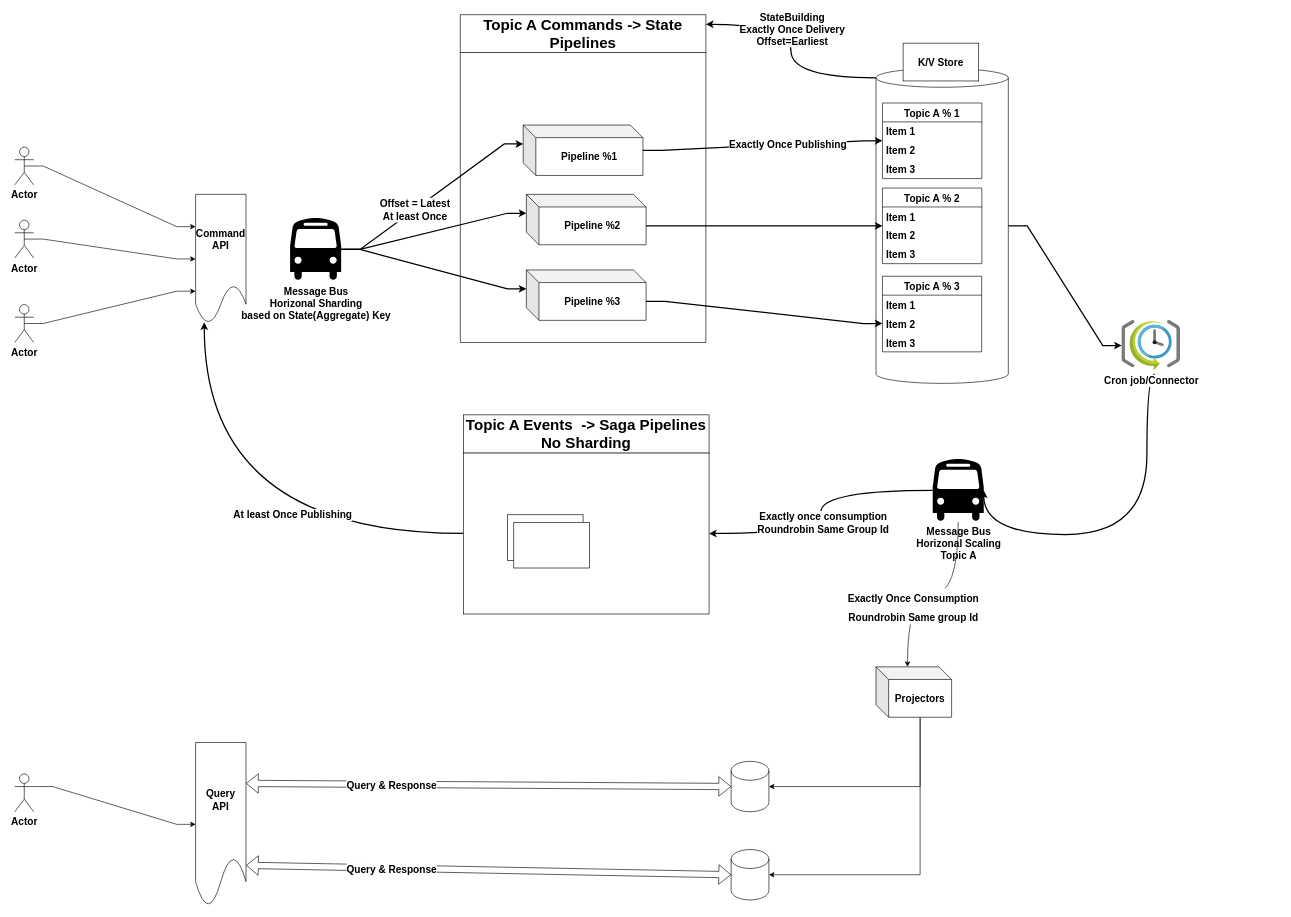
This is docs/InMemoryES.drawio from memoria-io/archived-reactive, a draw.io file, before an edit. Source tidied: cells renumbered, new cells numbered last; positions are measured from the earlier drawing's top-left corner, leaving out a move shared by most shapes. Both pictures are drawn from the tidied source at 63%, with x=0, y=0 at pixel (14, 14).
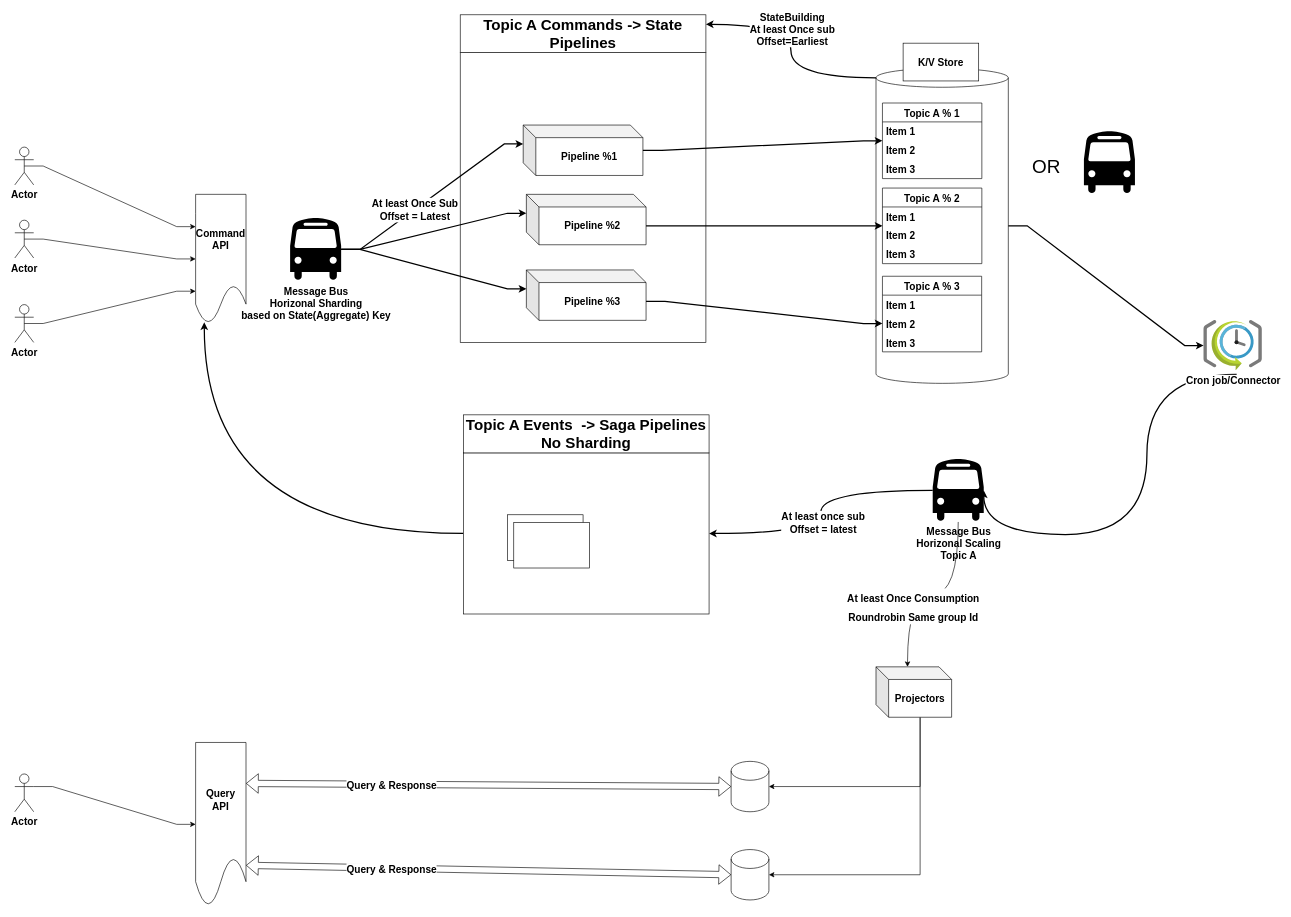
The same diagram, later.

The change refers to these unchanged cells:
```xml
<mxCell id="2" style="edgeStyle=orthogonalEdgeStyle;rounded=0;jettySize=auto;html=1;entryX=0;entryY=0;entryDx=50;entryDy=0;entryPerimeter=0;fontSize=16;curved=1;fontStyle=1;" parent="1" edge="1" source="28" target="13">
  <mxGeometry relative="1" as="geometry" />
</mxCell>
<mxCell id="26" style="edgeStyle=orthogonalEdgeStyle;curved=1;rounded=0;jettySize=auto;html=1;entryX=1;entryY=0.5;entryDx=0;entryDy=0;fontSize=16;strokeWidth=2;fontStyle=1;" parent="1" edge="1" source="28" target="62">
  <mxGeometry relative="1" as="geometry" />
</mxCell>
<mxCell id="46" style="edgeStyle=orthogonalEdgeStyle;curved=1;rounded=0;jettySize=auto;html=1;exitX=0;exitY=0;exitDx=0;exitDy=15;exitPerimeter=0;entryX=1;entryY=0.25;entryDx=0;entryDy=0;fontSize=16;strokeWidth=2;fontStyle=1;" parent="1" edge="1" source="31" target="58">
  <mxGeometry relative="1" as="geometry" />
</mxCell>
<mxCell id="48" style="edgeStyle=orthogonalEdgeStyle;curved=1;rounded=0;jettySize=auto;html=1;entryX=0.172;entryY=0.991;entryDx=0;entryDy=0;entryPerimeter=0;fontSize=16;strokeWidth=2;fontStyle=1;" parent="1" edge="1" source="62" target="18">
  <mxGeometry relative="1" as="geometry" />
</mxCell>
<mxCell id="68" style="edgeStyle=entityRelationEdgeStyle;rounded=0;jettySize=auto;html=1;entryX=0;entryY=0;entryDx=0;entryDy=30;entryPerimeter=0;fontSize=16;exitX=1;exitY=0.5;exitDx=0;exitDy=0;exitPerimeter=0;strokeWidth=2;fontStyle=1;" parent="1" edge="1" source="23" target="55">
  <mxGeometry relative="1" as="geometry" />
</mxCell>
<mxCell id="72" style="edgeStyle=entityRelationEdgeStyle;rounded=0;jettySize=auto;html=1;fontSize=16;strokeWidth=2;fontStyle=1;" parent="1" edge="1" source="55" target="32">
  <mxGeometry relative="1" as="geometry" />
</mxCell>
```

Change to the diagram source:
```diff
@@
-    <mxCell id="3" value="&lt;font style=&quot;font-size: 16px&quot;&gt;Exactly Once Consumption&lt;br&gt;Roundrobin Same group Id&lt;/font&gt;" style="edgeLabel;html=1;align=center;verticalAlign=middle;fontSize=24;fontStyle=1;" parent="2" vertex="1">
+    <mxCell id="3" value="&lt;font style=&quot;font-size: 16px&quot;&gt;At least Once Consumption&lt;br&gt;Roundrobin Same group Id&lt;br&gt;&lt;/font&gt;" style="edgeLabel;html=1;align=center;verticalAlign=middle;fontSize=24;fontStyle=1;" parent="2" vertex="1">
       <mxGeometry x="0.2" y="18" relative="1" as="geometry">
         <mxPoint x="-1" as="offset" />
       </mxGeometry>
     </mxCell>
@@
     <mxCell id="25" value="Cron job/Connector" style="sketch=0;html=1;points=[];align=center;image;fontSize=16;image=img/lib/mscae/SchedulerJobCollection.svg;fontStyle=1;" parent="1" vertex="1">
-      <mxGeometry x="1757" y="485" width="93" height="80" as="geometry" />
+      <mxGeometry x="1887" y="485" width="93" height="80" as="geometry" />
     </mxCell>
@@
-    <mxCell id="27" value="Exactly once consumption&lt;br style=&quot;font-size: 16px&quot;&gt;Roundrobin Same Group Id" style="edgeLabel;html=1;align=center;verticalAlign=middle;fontSize=16;fontStyle=1;" parent="26" vertex="1">
+    <mxCell id="27" value="At least once sub&lt;br&gt;Offset = latest" style="edgeLabel;html=1;align=center;verticalAlign=middle;fontSize=16;fontStyle=1;" parent="26" vertex="1">
       <mxGeometry x="0.08" y="3" relative="1" as="geometry" />
     </mxCell>
@@
-    <mxCell id="47" value="StateBuilding&lt;br style=&quot;font-size: 16px;&quot;&gt;Exactly Once Delivery&lt;br style=&quot;font-size: 16px;&quot;&gt;Offset=Earliest&lt;br style=&quot;font-size: 16px;&quot;&gt;" style="edgeLabel;html=1;align=center;verticalAlign=middle;fontSize=16;fontStyle=1;" parent="46" vertex="1">
+    <mxCell id="47" value="StateBuilding&lt;br style=&quot;font-size: 16px&quot;&gt;At least Once sub&lt;br style=&quot;font-size: 16px&quot;&gt;Offset=Earliest" style="edgeLabel;html=1;align=center;verticalAlign=middle;fontSize=16;fontStyle=1;" parent="46" vertex="1">
       <mxGeometry x="0.2" y="-1" relative="1" as="geometry" />
     </mxCell>
@@
-    <mxCell id="49" value="At least Once Publishing" style="edgeLabel;html=1;align=center;verticalAlign=middle;fontSize=16;fontStyle=1;" parent="48" vertex="1">
-      <mxGeometry x="-0.27" y="-30" relative="1" as="geometry" />
-    </mxCell>
@@
-    <mxCell id="69" value="Offset = Latest&lt;br style=&quot;font-size: 16px;&quot;&gt;At least Once" style="edgeLabel;html=1;align=center;verticalAlign=middle;fontSize=16;fontStyle=1;" parent="68" vertex="1">
+    <mxCell id="69" value="At least Once Sub&lt;br&gt;Offset = Latest" style="edgeLabel;html=1;align=center;verticalAlign=middle;fontSize=16;fontStyle=1;" parent="68" vertex="1">
       <mxGeometry x="-0.2" relative="1" as="geometry" />
     </mxCell>
@@
-    <mxCell id="73" value="Exactly Once Publishing" style="edgeLabel;html=1;align=center;verticalAlign=middle;fontSize=16;fontStyle=1;" parent="72" vertex="1">
-      <mxGeometry x="0.21" relative="1" as="geometry" />
-    </mxCell>
+    <mxCell id="74" value="&lt;font style=&quot;font-size: 30px&quot;&gt;OR&lt;/font&gt;" style="text;html=1;align=center;verticalAlign=middle;strokeColor=none;fillColor=none;" parent="1" vertex="1">
+      <mxGeometry x="1607" y="225" width="60" height="30" as="geometry" />
+    </mxCell>
+    <mxCell id="75" value="&lt;span style=&quot;font-size: 16px&quot;&gt;&lt;br style=&quot;font-size: 16px&quot;&gt;&lt;/span&gt;" style="shape=mxgraph.signs.transportation.bus_4;html=1;fillColor=#000000;strokeColor=none;verticalLabelPosition=bottom;verticalAlign=top;align=center;fontSize=16;fontStyle=1;" parent="1" vertex="1">
+      <mxGeometry x="1697" y="185" width="81" height="100" as="geometry" />
+    </mxCell>
```
